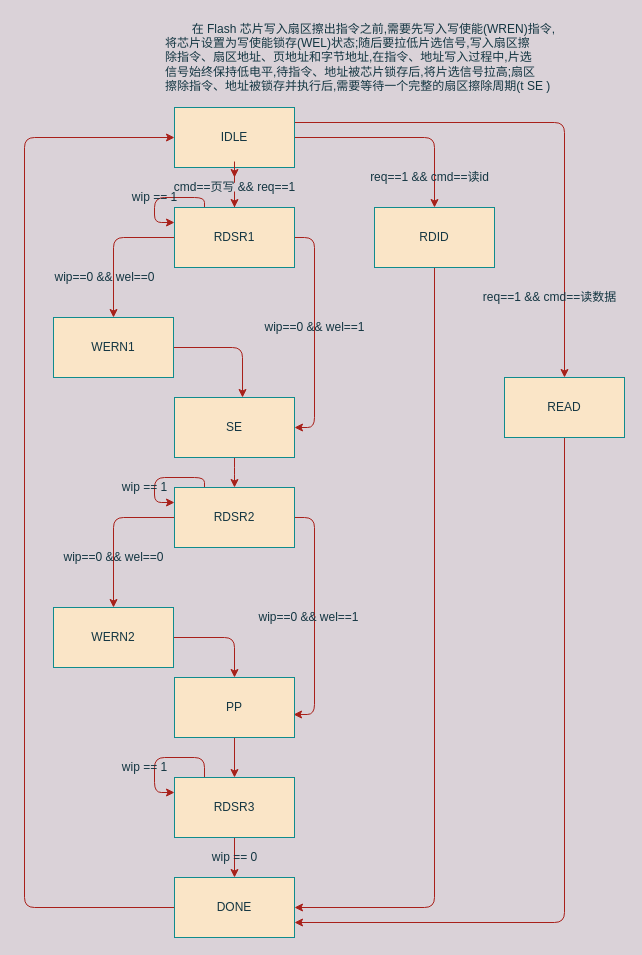
Earlier version of the draw.io diagram Untitled Diagram.drawio (wu-bai-guo/spi_flash). Source tidied: cells renumbered, new cells numbered last; positions are measured from the earlier drawing's top-left corner, leaving out a move shared by most shapes. Both pictures are drawn from the tidied source at 100%, with x=0, y=0 at pixel (24, 17).
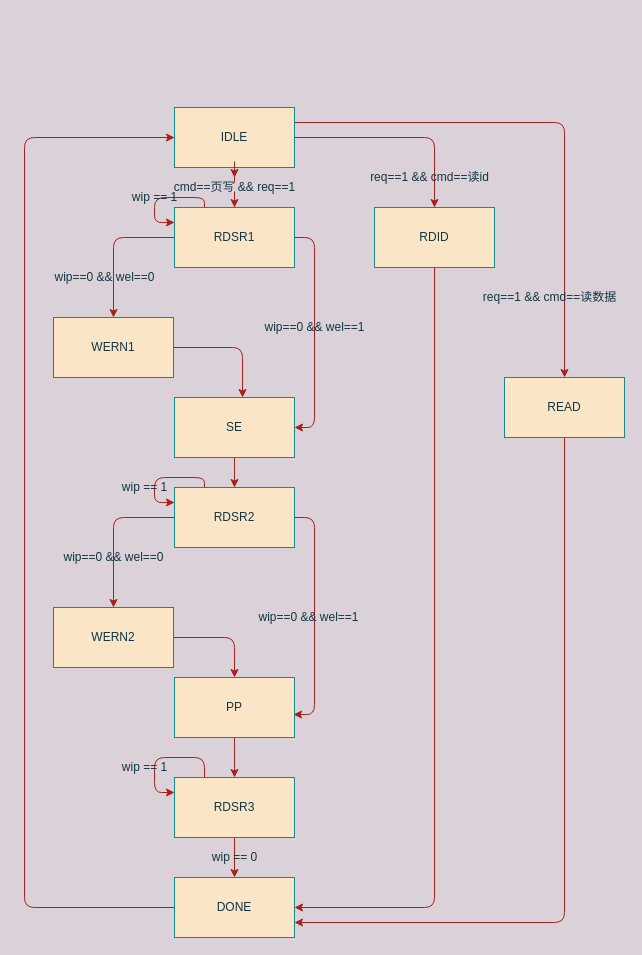
The same diagram, later.

Diff of the diagram source:
```diff
@@
-    <mxCell id="10" value="&lt;div align=&quot;left&quot;&gt;&amp;nbsp;&amp;nbsp;&amp;nbsp;&amp;nbsp;&amp;nbsp;&amp;nbsp;&amp;nbsp; 在 Flash 芯片写入扇区擦出指令之前,需要先写入写使能(WREN)指令,&lt;/div&gt;&lt;div align=&quot;left&quot;&gt;将芯片设置为写使能锁存(WEL)状态;随后要拉低片选信号,写入扇区擦&lt;/div&gt;&lt;div align=&quot;left&quot;&gt;除指令、扇区地址、页地址和字节地址,在指令、地址写入过程中,片选&lt;/div&gt;&lt;div align=&quot;left&quot;&gt;信号始终保持低电平,待指令、地址被芯片锁存后,将片选信号拉高;扇区&lt;/div&gt;&lt;div align=&quot;left&quot;&gt;擦除指令、地址被锁存并执行后,需要等待一个完整的扇区擦除周期(t SE )&lt;/div&gt;" style="text;html=1;align=left;verticalAlign=middle;fontColor=#143642;" parent="1" vertex="1">
-      <mxGeometry x="139" width="410" height="80" as="geometry" />
-    </mxCell>
```
